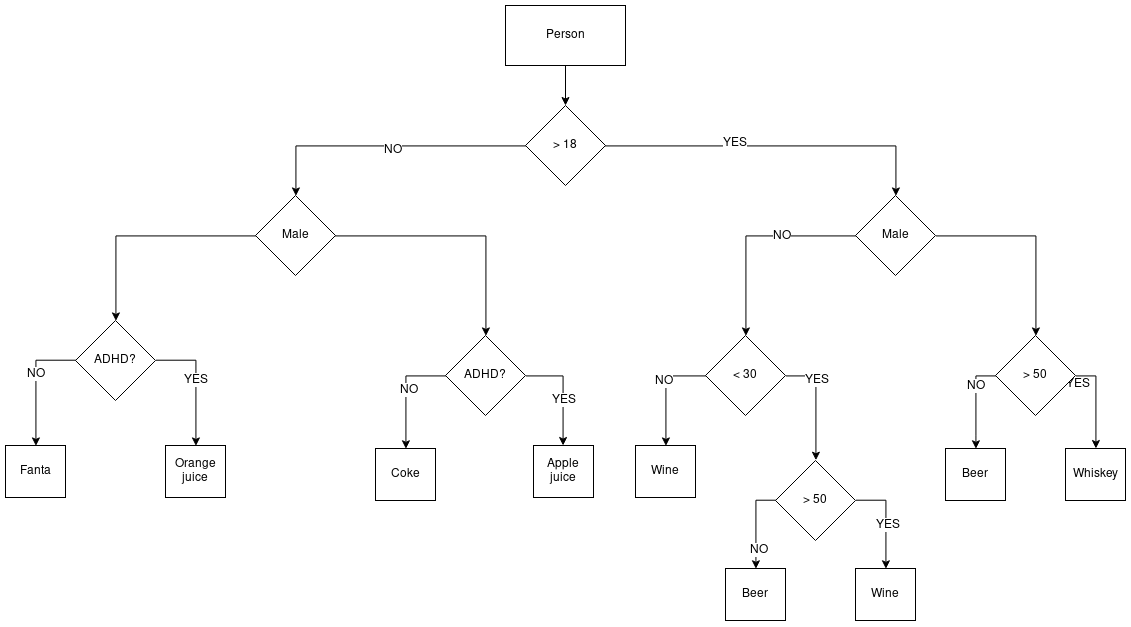
Before: assets/bartender-service.png, a diagram exported from draw.io (jacobduijzer/ArrowHeadAntiPatternChallenge). Source tidied: cells renumbered, new cells last; positions are measured from the earlier drawing's top-left corner, leaving out a move shared by most shapes. Its diagram source:
```xml
<mxGraphModel>
  <root>
    <mxCell id="0" />
    <mxCell id="1" parent="0" />
    <mxCell id="2" style="edgeStyle=orthogonalEdgeStyle;rounded=0;jettySize=auto;html=1;" parent="1" edge="1" source="3" target="8">
      <mxGeometry relative="1" as="geometry" />
    </mxCell>
    <mxCell id="3" value="Person" style="rounded=0;whiteSpace=wrap;html=1;" parent="1" vertex="1">
      <mxGeometry x="500" width="120" height="60" as="geometry" />
    </mxCell>
    <mxCell id="4" style="edgeStyle=orthogonalEdgeStyle;rounded=0;jettySize=auto;html=1;entryX=0.5;entryY=0;entryDx=0;entryDy=0;" parent="1" edge="1" source="8" target="11">
      <mxGeometry relative="1" as="geometry" />
    </mxCell>
    <mxCell id="5" value="NO" style="text;html=1;align=center;verticalAlign=middle;labelBackgroundColor=#ffffff;" parent="4" vertex="1">
      <mxGeometry x="-0.05" y="3" relative="1" as="geometry" />
    </mxCell>
    <mxCell id="6" style="edgeStyle=orthogonalEdgeStyle;rounded=0;jettySize=auto;html=1;entryX=0.5;entryY=0;entryDx=0;entryDy=0;" parent="1" edge="1" source="8" target="15">
      <mxGeometry relative="1" as="geometry" />
    </mxCell>
    <mxCell id="7" value="YES" style="text;html=1;align=center;verticalAlign=middle;labelBackgroundColor=#ffffff;" parent="6" vertex="1">
      <mxGeometry x="-0.24" y="4" relative="1" as="geometry" />
    </mxCell>
    <mxCell id="8" value="&amp;gt; 18" style="rhombus;whiteSpace=wrap;html=1;" parent="1" vertex="1">
      <mxGeometry x="520" y="100" width="80" height="80" as="geometry" />
    </mxCell>
    <mxCell id="9" style="edgeStyle=orthogonalEdgeStyle;rounded=0;jettySize=auto;html=1;entryX=0.5;entryY=0;entryDx=0;entryDy=0;" parent="1" edge="1" source="11" target="45">
      <mxGeometry relative="1" as="geometry" />
    </mxCell>
    <mxCell id="10" style="edgeStyle=orthogonalEdgeStyle;rounded=0;jettySize=auto;html=1;" parent="1" edge="1" source="11" target="40">
      <mxGeometry relative="1" as="geometry" />
    </mxCell>
    <mxCell id="11" value="Male" style="rhombus;whiteSpace=wrap;html=1;" parent="1" vertex="1">
      <mxGeometry x="250" y="190" width="80" height="80" as="geometry" />
    </mxCell>
    <mxCell id="12" style="edgeStyle=orthogonalEdgeStyle;rounded=0;jettySize=auto;html=1;entryX=0.5;entryY=0;entryDx=0;entryDy=0;" parent="1" edge="1" source="15" target="20">
      <mxGeometry relative="1" as="geometry" />
    </mxCell>
    <mxCell id="13" value="NO" style="text;html=1;align=center;verticalAlign=middle;labelBackgroundColor=#ffffff;" parent="12" vertex="1">
      <mxGeometry x="-0.29" y="-1" relative="1" as="geometry" />
    </mxCell>
    <mxCell id="14" style="edgeStyle=orthogonalEdgeStyle;rounded=0;jettySize=auto;html=1;entryX=0.5;entryY=0;entryDx=0;entryDy=0;exitX=1;exitY=0.5;exitDx=0;exitDy=0;" parent="1" edge="1" source="15" target="25">
      <mxGeometry relative="1" as="geometry" />
    </mxCell>
    <mxCell id="15" value="Male" style="rhombus;whiteSpace=wrap;html=1;" parent="1" vertex="1">
      <mxGeometry x="850" y="190" width="80" height="80" as="geometry" />
    </mxCell>
    <mxCell id="16" style="edgeStyle=orthogonalEdgeStyle;rounded=0;jettySize=auto;html=1;entryX=0.5;entryY=0;entryDx=0;entryDy=0;" parent="1" edge="1" source="20" target="28">
      <mxGeometry relative="1" as="geometry" />
    </mxCell>
    <mxCell id="17" value="NO" style="text;html=1;align=center;verticalAlign=middle;labelBackgroundColor=#ffffff;" parent="16" vertex="1">
      <mxGeometry x="-0.2" y="-2" relative="1" as="geometry" />
    </mxCell>
    <mxCell id="18" style="edgeStyle=orthogonalEdgeStyle;rounded=0;jettySize=auto;html=1;entryX=0.5;entryY=0;entryDx=0;entryDy=0;exitX=1;exitY=0.5;exitDx=0;exitDy=0;" parent="1" edge="1" source="20" target="33">
      <mxGeometry relative="1" as="geometry" />
    </mxCell>
    <mxCell id="19" value="YES" style="text;html=1;align=center;verticalAlign=middle;labelBackgroundColor=#ffffff;" parent="18" vertex="1">
      <mxGeometry x="-0.42" y="1" relative="1" as="geometry" />
    </mxCell>
    <mxCell id="20" value="&amp;lt; 30" style="rhombus;whiteSpace=wrap;html=1;" parent="1" vertex="1">
      <mxGeometry x="700" y="330" width="80" height="80" as="geometry" />
    </mxCell>
    <mxCell id="21" style="edgeStyle=orthogonalEdgeStyle;rounded=0;jettySize=auto;html=1;exitX=1;exitY=0.5;exitDx=0;exitDy=0;" parent="1" edge="1" source="25" target="27">
      <mxGeometry relative="1" as="geometry" />
    </mxCell>
    <mxCell id="22" value="YES" style="text;html=1;align=center;verticalAlign=middle;labelBackgroundColor=#ffffff;" parent="21" vertex="1">
      <mxGeometry x="-0.4" y="-18" relative="1" as="geometry" />
    </mxCell>
    <mxCell id="23" style="edgeStyle=orthogonalEdgeStyle;rounded=0;jettySize=auto;html=1;entryX=0.5;entryY=0;entryDx=0;entryDy=0;exitX=0;exitY=0.5;exitDx=0;exitDy=0;" parent="1" edge="1" source="25" target="26">
      <mxGeometry relative="1" as="geometry" />
    </mxCell>
    <mxCell id="24" value="NO" style="text;html=1;align=center;verticalAlign=middle;labelBackgroundColor=#ffffff;" parent="23" vertex="1">
      <mxGeometry x="-0.38" relative="1" as="geometry" />
    </mxCell>
    <mxCell id="25" value="&amp;gt; 50" style="rhombus;whiteSpace=wrap;html=1;" parent="1" vertex="1">
      <mxGeometry x="990" y="330" width="80" height="80" as="geometry" />
    </mxCell>
    <mxCell id="26" value="Beer" style="rounded=0;whiteSpace=wrap;html=1;" parent="1" vertex="1">
      <mxGeometry x="940" y="443" width="60" height="52" as="geometry" />
    </mxCell>
    <mxCell id="27" value="Whiskey" style="rounded=0;whiteSpace=wrap;html=1;" parent="1" vertex="1">
      <mxGeometry x="1060" y="443" width="60" height="52" as="geometry" />
    </mxCell>
    <mxCell id="28" value="Wine" style="rounded=0;whiteSpace=wrap;html=1;" parent="1" vertex="1">
      <mxGeometry x="630" y="440" width="60" height="52" as="geometry" />
    </mxCell>
    <mxCell id="29" style="edgeStyle=orthogonalEdgeStyle;rounded=0;jettySize=auto;html=1;entryX=0.5;entryY=0;entryDx=0;entryDy=0;exitX=0;exitY=0.5;exitDx=0;exitDy=0;" parent="1" edge="1" source="33" target="34">
      <mxGeometry relative="1" as="geometry" />
    </mxCell>
    <mxCell id="30" value="NO" style="text;html=1;align=center;verticalAlign=middle;labelBackgroundColor=#ffffff;" parent="29" vertex="1">
      <mxGeometry x="0.55" y="3" relative="1" as="geometry" />
    </mxCell>
    <mxCell id="31" style="edgeStyle=orthogonalEdgeStyle;rounded=0;jettySize=auto;html=1;entryX=0.5;entryY=0;entryDx=0;entryDy=0;exitX=1;exitY=0.5;exitDx=0;exitDy=0;" parent="1" edge="1" source="33" target="35">
      <mxGeometry relative="1" as="geometry" />
    </mxCell>
    <mxCell id="32" value="YES" style="text;html=1;align=center;verticalAlign=middle;labelBackgroundColor=#ffffff;" parent="31" vertex="1">
      <mxGeometry x="-0.33" y="-21" relative="1" as="geometry">
        <mxPoint x="23" y="21" as="offset" />
      </mxGeometry>
    </mxCell>
    <mxCell id="33" value="&amp;gt; 50" style="rhombus;whiteSpace=wrap;html=1;" parent="1" vertex="1">
      <mxGeometry x="770" y="455" width="80" height="80" as="geometry" />
    </mxCell>
    <mxCell id="34" value="Beer" style="rounded=0;whiteSpace=wrap;html=1;" parent="1" vertex="1">
      <mxGeometry x="720" y="563" width="60" height="52" as="geometry" />
    </mxCell>
    <mxCell id="35" value="Wine" style="rounded=0;whiteSpace=wrap;html=1;" parent="1" vertex="1">
      <mxGeometry x="850" y="563" width="60" height="52" as="geometry" />
    </mxCell>
    <mxCell id="36" style="edgeStyle=orthogonalEdgeStyle;rounded=0;jettySize=auto;html=1;entryX=0.5;entryY=0;entryDx=0;entryDy=0;exitX=1;exitY=0.5;exitDx=0;exitDy=0;" parent="1" edge="1" source="40" target="46">
      <mxGeometry relative="1" as="geometry" />
    </mxCell>
    <mxCell id="37" value="YES" style="text;html=1;align=center;verticalAlign=middle;labelBackgroundColor=#ffffff;" parent="36" vertex="1">
      <mxGeometry x="-0.27" y="-13" relative="1" as="geometry">
        <mxPoint x="13" y="13" as="offset" />
      </mxGeometry>
    </mxCell>
    <mxCell id="38" style="edgeStyle=orthogonalEdgeStyle;rounded=0;jettySize=auto;html=1;entryX=0.5;entryY=0;entryDx=0;entryDy=0;exitX=0;exitY=0.5;exitDx=0;exitDy=0;" parent="1" edge="1" source="40" target="47">
      <mxGeometry relative="1" as="geometry" />
    </mxCell>
    <mxCell id="39" value="NO" style="text;html=1;align=center;verticalAlign=middle;labelBackgroundColor=#ffffff;" parent="38" vertex="1">
      <mxGeometry x="-0.36" y="13" relative="1" as="geometry">
        <mxPoint x="-13" y="13" as="offset" />
      </mxGeometry>
    </mxCell>
    <mxCell id="40" value="ADHD?" style="rhombus;whiteSpace=wrap;html=1;" parent="1" vertex="1">
      <mxGeometry x="70" y="315" width="80" height="80" as="geometry" />
    </mxCell>
    <mxCell id="41" style="edgeStyle=orthogonalEdgeStyle;rounded=0;jettySize=auto;html=1;exitX=1;exitY=0.5;exitDx=0;exitDy=0;" parent="1" edge="1" source="45" target="49">
      <mxGeometry relative="1" as="geometry" />
    </mxCell>
    <mxCell id="42" value="YES" style="text;html=1;align=center;verticalAlign=middle;labelBackgroundColor=#ffffff;" parent="41" vertex="1">
      <mxGeometry x="-0.3" y="-23" relative="1" as="geometry">
        <mxPoint x="24" y="23" as="offset" />
      </mxGeometry>
    </mxCell>
    <mxCell id="43" style="edgeStyle=orthogonalEdgeStyle;rounded=0;jettySize=auto;html=1;entryX=0.5;entryY=0;entryDx=0;entryDy=0;exitX=0;exitY=0.5;exitDx=0;exitDy=0;" parent="1" edge="1" source="45" target="48">
      <mxGeometry relative="1" as="geometry" />
    </mxCell>
    <mxCell id="44" value="NO" style="text;html=1;align=center;verticalAlign=middle;labelBackgroundColor=#ffffff;" parent="43" vertex="1">
      <mxGeometry x="-0.06" y="3" relative="1" as="geometry" />
    </mxCell>
    <mxCell id="45" value="ADHD?" style="rhombus;whiteSpace=wrap;html=1;" parent="1" vertex="1">
      <mxGeometry x="440" y="330" width="80" height="80" as="geometry" />
    </mxCell>
    <mxCell id="46" value="&lt;div&gt;Orange&lt;/div&gt;&lt;div&gt;juice&lt;br&gt;&lt;/div&gt;" style="rounded=0;whiteSpace=wrap;html=1;" parent="1" vertex="1">
      <mxGeometry x="160" y="440" width="60" height="52" as="geometry" />
    </mxCell>
    <mxCell id="47" value="Fanta" style="rounded=0;whiteSpace=wrap;html=1;" parent="1" vertex="1">
      <mxGeometry y="440" width="60" height="52" as="geometry" />
    </mxCell>
    <mxCell id="48" value="Coke" style="rounded=0;whiteSpace=wrap;html=1;" parent="1" vertex="1">
      <mxGeometry x="370" y="443" width="60" height="52" as="geometry" />
    </mxCell>
    <mxCell id="49" value="Apple juice" style="rounded=0;whiteSpace=wrap;html=1;" parent="1" vertex="1">
      <mxGeometry x="528" y="440" width="60" height="52" as="geometry" />
    </mxCell>
  </root>
</mxGraphModel>
```
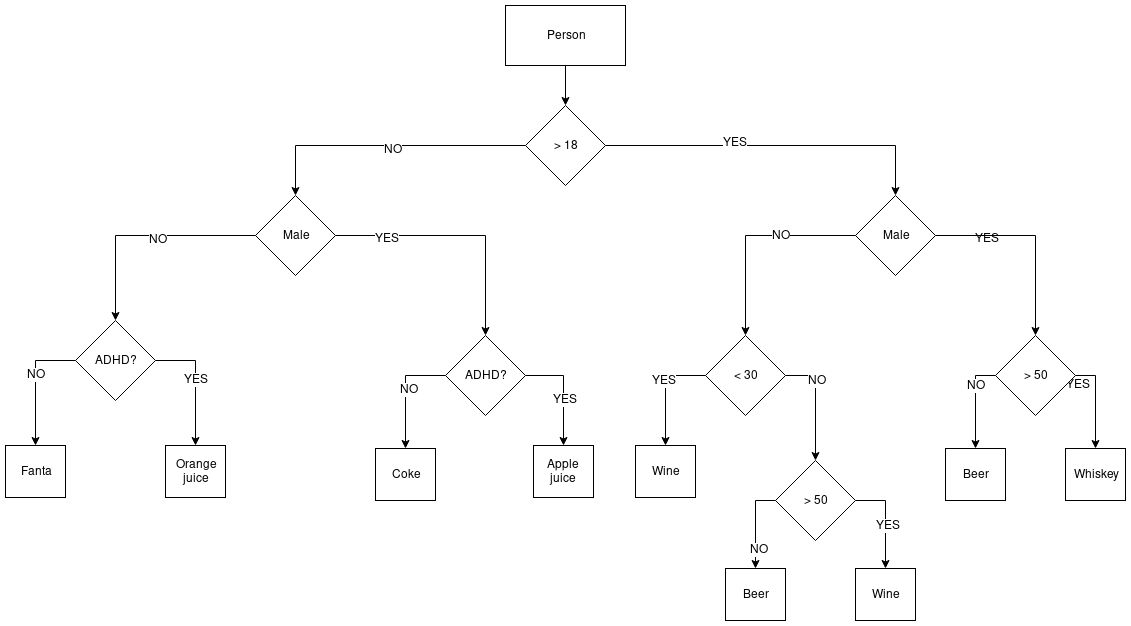
After the commit.

Diff of the diagram source:
```diff
@@ -26,9 +26,15 @@
     <mxCell id="9" style="edgeStyle=orthogonalEdgeStyle;rounded=0;jettySize=auto;html=1;entryX=0.5;entryY=0;entryDx=0;entryDy=0;" parent="1" edge="1" source="11" target="45">
       <mxGeometry relative="1" as="geometry" />
     </mxCell>
+    <mxCell id="50" value="YES" style="text;html=1;align=center;verticalAlign=middle;labelBackgroundColor=#ffffff;" parent="9" vertex="1">
+      <mxGeometry x="-0.59" y="-2" relative="1" as="geometry" />
+    </mxCell>
     <mxCell id="10" style="edgeStyle=orthogonalEdgeStyle;rounded=0;jettySize=auto;html=1;" parent="1" edge="1" source="11" target="40">
       <mxGeometry relative="1" as="geometry" />
     </mxCell>
+    <mxCell id="51" value="NO" style="text;html=1;align=center;verticalAlign=middle;labelBackgroundColor=#ffffff;" parent="10" vertex="1">
+      <mxGeometry x="-0.13" y="3" relative="1" as="geometry" />
+    </mxCell>
     <mxCell id="11" value="Male" style="rhombus;whiteSpace=wrap;html=1;" parent="1" vertex="1">
       <mxGeometry x="250" y="190" width="80" height="80" as="geometry" />
     </mxCell>
@@ -47,13 +53,13 @@
     <mxCell id="16" style="edgeStyle=orthogonalEdgeStyle;rounded=0;jettySize=auto;html=1;entryX=0.5;entryY=0;entryDx=0;entryDy=0;" parent="1" edge="1" source="20" target="28">
       <mxGeometry relative="1" as="geometry" />
     </mxCell>
-    <mxCell id="17" value="NO" style="text;html=1;align=center;verticalAlign=middle;labelBackgroundColor=#ffffff;" parent="16" vertex="1">
+    <mxCell id="17" value="YES" style="text;html=1;align=center;verticalAlign=middle;labelBackgroundColor=#ffffff;" parent="16" vertex="1">
       <mxGeometry x="-0.2" y="-2" relative="1" as="geometry" />
     </mxCell>
     <mxCell id="18" style="edgeStyle=orthogonalEdgeStyle;rounded=0;jettySize=auto;html=1;entryX=0.5;entryY=0;entryDx=0;entryDy=0;exitX=1;exitY=0.5;exitDx=0;exitDy=0;" parent="1" edge="1" source="20" target="33">
       <mxGeometry relative="1" as="geometry" />
     </mxCell>
-    <mxCell id="19" value="YES" style="text;html=1;align=center;verticalAlign=middle;labelBackgroundColor=#ffffff;" parent="18" vertex="1">
+    <mxCell id="19" value="NO" style="text;html=1;align=center;verticalAlign=middle;labelBackgroundColor=#ffffff;" parent="18" vertex="1">
       <mxGeometry x="-0.42" y="1" relative="1" as="geometry" />
     </mxCell>
     <mxCell id="20" value="&amp;lt; 30" style="rhombus;whiteSpace=wrap;html=1;" parent="1" vertex="1">
@@ -154,5 +160,8 @@
     <mxCell id="49" value="Apple juice" style="rounded=0;whiteSpace=wrap;html=1;" parent="1" vertex="1">
       <mxGeometry x="528" y="440" width="60" height="52" as="geometry" />
     </mxCell>
+    <mxCell id="52" value="YES" style="text;html=1;align=left;verticalAlign=top;spacingTop=-4;" parent="1" vertex="1">
+      <mxGeometry x="968" y="224" width="40" height="20" as="geometry" />
+    </mxCell>
   </root>
 </mxGraphModel>
```
